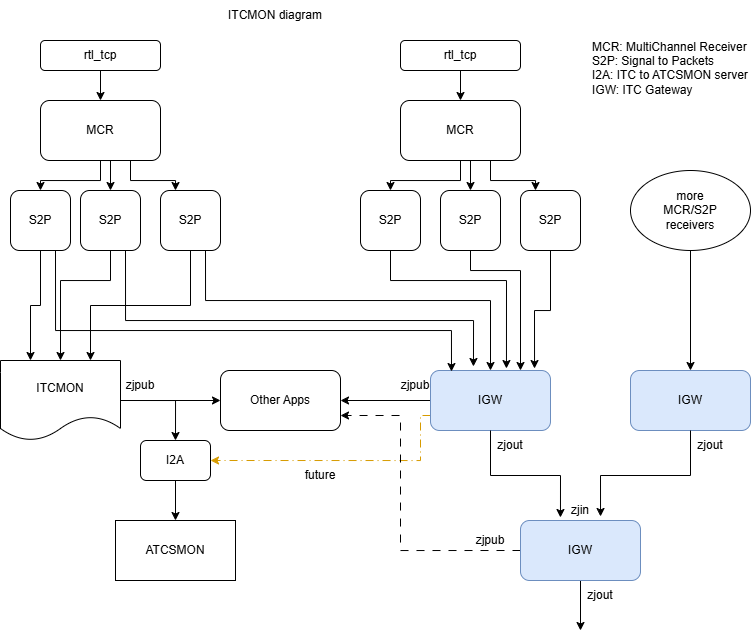
Above: doc/itcmon-diagram.png in katsojuna/itcmon (draw.io), before the change. Source tidied: cells renumbered, new cells last; positions are measured from the earlier drawing's top-left corner, leaving out a move shared by most shapes.
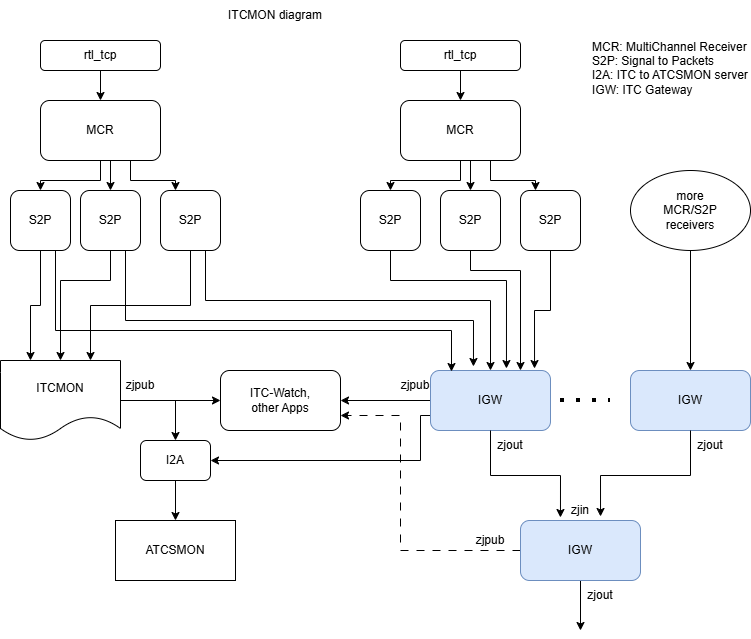
Above is the later version.

The edit, as a diff of the source:
```diff
@@ -60,7 +60,7 @@
     <mxCell id="17" value="ITCMON" style="shape=document;whiteSpace=wrap;html=1;boundedLbl=1;" parent="1" vertex="1">
       <mxGeometry y="360" width="120" height="80" as="geometry" />
     </mxCell>
-    <mxCell id="18" value="Other Apps" style="rounded=1;whiteSpace=wrap;html=1;" parent="1" vertex="1">
+    <mxCell id="18" value="ITC-Watch,&lt;div&gt;other Apps&lt;/div&gt;" style="rounded=1;whiteSpace=wrap;html=1;" parent="1" vertex="1">
       <mxGeometry x="220" y="370" width="120" height="60" as="geometry" />
     </mxCell>
     <mxCell id="19" value="ATCSMON" style="rounded=0;whiteSpace=wrap;html=1;" parent="1" vertex="1">
@@ -69,7 +69,7 @@
     <mxCell id="20" style="edgeStyle=orthogonalEdgeStyle;rounded=0;jettySize=auto;html=1;exitX=0;exitY=0.5;exitDx=0;exitDy=0;entryX=1;entryY=0.5;entryDx=0;entryDy=0;" parent="1" edge="1" source="22" target="18">
       <mxGeometry relative="1" as="geometry" />
     </mxCell>
-    <mxCell id="21" style="edgeStyle=orthogonalEdgeStyle;rounded=0;jettySize=auto;html=1;exitX=0;exitY=0.75;exitDx=0;exitDy=0;entryX=1;entryY=0.5;entryDx=0;entryDy=0;dashed=1;dashPattern=8 4 1 4;fillColor=#ffe6cc;strokeColor=#d79b00;" parent="1" edge="1" source="22" target="55">
+    <mxCell id="21" style="edgeStyle=orthogonalEdgeStyle;rounded=0;jettySize=auto;html=1;exitX=0;exitY=0.75;exitDx=0;exitDy=0;entryX=1;entryY=0.5;entryDx=0;entryDy=0;fillColor=#ffe6cc;strokeColor=#000000;" parent="1" edge="1" source="22" target="55">
       <mxGeometry relative="1" as="geometry">
         <Array as="points">
           <mxPoint x="420" y="415" />
@@ -207,8 +207,11 @@
     <mxCell id="55" value="I2A" style="rounded=1;whiteSpace=wrap;html=1;" parent="1" vertex="1">
       <mxGeometry x="140" y="440" width="70" height="40" as="geometry" />
     </mxCell>
-    <mxCell id="56" value="future" style="text;html=1;whiteSpace=wrap;align=center;verticalAlign=middle;rounded=0;" parent="1" vertex="1">
-      <mxGeometry x="290" y="460" width="60" height="30" as="geometry" />
-    </mxCell>
+    <mxCell id="57" style="endArrow=none;dashed=1;html=1;dashPattern=1 3;strokeWidth=4;rounded=0;" parent="1" edge="1">
+      <mxGeometry relative="1" as="geometry">
+        <mxPoint x="560" y="400" as="sourcePoint" />
+        <mxPoint x="610" y="400" as="targetPoint" />
+      </mxGeometry>
+    </mxCell>
   </root>
 </mxGraphModel>
```
